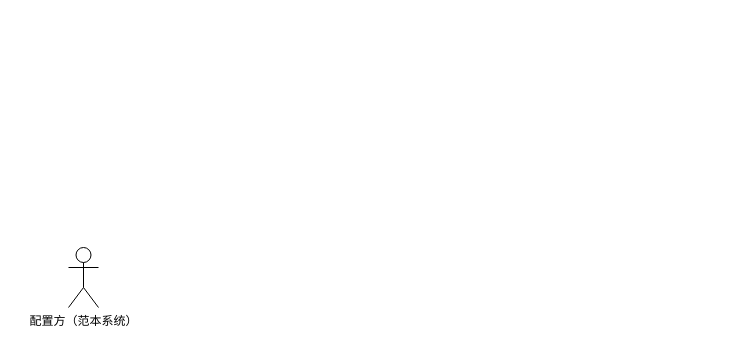
This is 同源数据集用例图.drawio from hyk95/git, a draw.io file, before an edit. Source tidied: cells renumbered, new cells numbered last; positions are measured from the earlier drawing's top-left corner, leaving out a move shared by most shapes. Both pictures are drawn from the tidied source at 100%, with x=0, y=0 at pixel (68, 247).
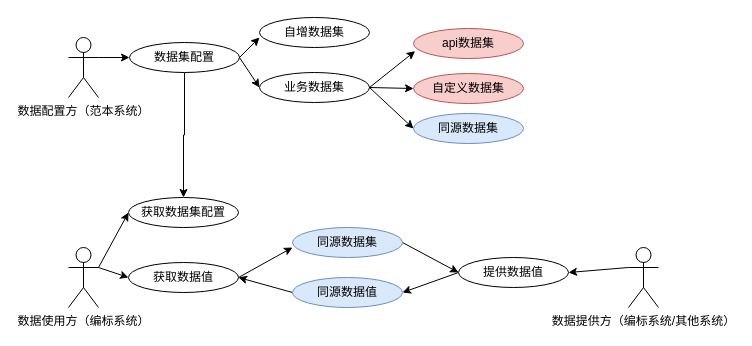
After the change.

Commit message:
更新同源数据集用例图.drawio

What changed in the source:
```diff
@@
+    <mxCell id="3" style="rounded=0;jettySize=auto;html=1;exitX=1;exitY=0.3333333333333333;exitDx=0;exitDy=0;exitPerimeter=0;entryX=0;entryY=0.5;entryDx=0;entryDy=0;" parent="1" edge="1" source="2" target="29">
+      <mxGeometry relative="1" as="geometry" />
+    </mxCell>
+    <mxCell id="4" style="rounded=0;jettySize=auto;html=1;exitX=1;exitY=0.3333333333333333;exitDx=0;exitDy=0;exitPerimeter=0;entryX=0;entryY=0.5;entryDx=0;entryDy=0;" parent="1" edge="1" source="2" target="18">
+      <mxGeometry relative="1" as="geometry" />
+    </mxCell>
-    <mxCell id="2" value="配置方（范本系统）" style="shape=umlActor;verticalLabelPosition=bottom;verticalAlign=top;html=1;" parent="1" vertex="1">
+    <mxCell id="2" value="数据使用方（编标系统）" style="shape=umlActor;verticalLabelPosition=bottom;verticalAlign=top;html=1;" parent="1" vertex="1">
       <mxGeometry width="30" height="60" as="geometry" />
     </mxCell>
+    <mxCell id="5" style="rounded=0;jettySize=auto;html=1;exitX=1;exitY=0.5;exitDx=0;exitDy=0;" parent="1" edge="1" source="7" target="11">
+      <mxGeometry relative="1" as="geometry">
+        <Array as="points">
+          <mxPoint x="191" y="-160" />
+        </Array>
+      </mxGeometry>
+    </mxCell>
+    <mxCell id="6" style="edgeStyle=orthogonalEdgeStyle;rounded=0;jettySize=auto;html=1;exitX=0.5;exitY=1;exitDx=0;exitDy=0;entryX=0.5;entryY=0;entryDx=0;entryDy=0;" parent="1" edge="1" source="7" target="29">
+      <mxGeometry relative="1" as="geometry" />
+    </mxCell>
+    <mxCell id="7" value="数据集配置" style="ellipse;whiteSpace=wrap;html=1;" parent="1" vertex="1">
+      <mxGeometry x="61" y="-205" width="110" height="30" as="geometry" />
+    </mxCell>
+    <mxCell id="8" value="自增数据集" style="ellipse;whiteSpace=wrap;html=1;" parent="1" vertex="1">
+      <mxGeometry x="191" y="-230" width="110" height="30" as="geometry" />
+    </mxCell>
+    <mxCell id="9" style="rounded=0;jettySize=auto;html=1;exitX=1;exitY=0.5;exitDx=0;exitDy=0;entryX=0;entryY=0.5;entryDx=0;entryDy=0;" parent="1" edge="1" source="11" target="13">
+      <mxGeometry relative="1" as="geometry" />
+    </mxCell>
+    <mxCell id="10" style="rounded=0;jettySize=auto;html=1;exitX=1;exitY=0.5;exitDx=0;exitDy=0;entryX=0;entryY=0.5;entryDx=0;entryDy=0;" parent="1" edge="1" source="11" target="14">
+      <mxGeometry relative="1" as="geometry" />
+    </mxCell>
+    <mxCell id="11" value="业务数据集" style="ellipse;whiteSpace=wrap;html=1;" parent="1" vertex="1">
+      <mxGeometry x="191" y="-175" width="110" height="30" as="geometry" />
+    </mxCell>
+    <mxCell id="12" value="api数据集" style="ellipse;whiteSpace=wrap;html=1;fillColor=#f8cecc;strokeColor=#b85450;" parent="1" vertex="1">
+      <mxGeometry x="345" y="-219" width="110" height="30" as="geometry" />
+    </mxCell>
+    <mxCell id="13" value="自定义数据集" style="ellipse;whiteSpace=wrap;html=1;fillColor=#f8cecc;strokeColor=#b85450;" parent="1" vertex="1">
+      <mxGeometry x="345" y="-174" width="110" height="30" as="geometry" />
+    </mxCell>
+    <mxCell id="14" value="同源数据集" style="ellipse;whiteSpace=wrap;html=1;fillColor=#dae8fc;strokeColor=#6c8ebf;" parent="1" vertex="1">
+      <mxGeometry x="345" y="-134" width="110" height="30" as="geometry" />
+    </mxCell>
+    <mxCell id="15" style="rounded=0;jettySize=auto;html=1;exitX=1;exitY=0.5;exitDx=0;exitDy=0;entryX=0.015;entryY=0.754;entryDx=0;entryDy=0;entryPerimeter=0;" parent="1" edge="1" source="11" target="12">
+      <mxGeometry relative="1" as="geometry" />
+    </mxCell>
+    <mxCell id="16" style="edgeStyle=orthogonalEdgeStyle;rounded=0;jettySize=auto;html=1;exitX=1;exitY=0.3333333333333333;exitDx=0;exitDy=0;exitPerimeter=0;" parent="1" edge="1" source="17" target="7">
+      <mxGeometry relative="1" as="geometry" />
+    </mxCell>
+    <mxCell id="17" value="数据配置方（范本系统）" style="shape=umlActor;verticalLabelPosition=bottom;verticalAlign=top;html=1;" parent="1" vertex="1">
+      <mxGeometry y="-210" width="30" height="60" as="geometry" />
+    </mxCell>
+    <mxCell id="18" value="获取数据值" style="ellipse;whiteSpace=wrap;html=1;" parent="1" vertex="1">
+      <mxGeometry x="60" y="15" width="110" height="30" as="geometry" />
+    </mxCell>
+    <mxCell id="19" style="rounded=0;jettySize=auto;html=1;exitX=1;exitY=0.5;exitDx=0;exitDy=0;entryX=0;entryY=0.5;entryDx=0;entryDy=0;" parent="1" edge="1" source="20" target="25">
+      <mxGeometry relative="1" as="geometry" />
+    </mxCell>
+    <mxCell id="20" value="同源数据集" style="ellipse;whiteSpace=wrap;html=1;fillColor=#dae8fc;strokeColor=#6c8ebf;" parent="1" vertex="1">
+      <mxGeometry x="224" y="-20" width="110" height="30" as="geometry" />
+    </mxCell>
+    <mxCell id="21" style="rounded=0;jettySize=auto;html=1;exitX=1;exitY=0.5;exitDx=0;exitDy=0;entryX=0;entryY=0.667;entryDx=0;entryDy=0;entryPerimeter=0;" parent="1" edge="1" source="18" target="20">
+      <mxGeometry relative="1" as="geometry" />
+    </mxCell>
+    <mxCell id="22" style="rounded=0;jettySize=auto;html=1;exitX=0;exitY=0.3333333333333333;exitDx=0;exitDy=0;exitPerimeter=0;entryX=1;entryY=0.5;entryDx=0;entryDy=0;" parent="1" edge="1" source="23" target="25">
+      <mxGeometry relative="1" as="geometry" />
+    </mxCell>
+    <mxCell id="23" value="数据提供方（编标系统/其他系统）" style="shape=umlActor;verticalLabelPosition=bottom;verticalAlign=top;html=1;" parent="1" vertex="1">
+      <mxGeometry x="560" width="30" height="60" as="geometry" />
+    </mxCell>
+    <mxCell id="24" style="rounded=0;jettySize=auto;html=1;exitX=0;exitY=0.5;exitDx=0;exitDy=0;entryX=1;entryY=0.5;entryDx=0;entryDy=0;" parent="1" edge="1" source="25" target="28">
+      <mxGeometry relative="1" as="geometry" />
+    </mxCell>
+    <mxCell id="25" value="提供数据值" style="ellipse;whiteSpace=wrap;html=1;" parent="1" vertex="1">
+      <mxGeometry x="390" y="10" width="110" height="30" as="geometry" />
+    </mxCell>
+    <mxCell id="26" style="rounded=0;jettySize=auto;html=1;exitX=1;exitY=0.5;exitDx=0;exitDy=0;entryX=0;entryY=0.667;entryDx=0;entryDy=0;entryPerimeter=0;" parent="1" edge="1" source="7" target="8">
+      <mxGeometry relative="1" as="geometry" />
+    </mxCell>
+    <mxCell id="27" style="rounded=0;jettySize=auto;html=1;exitX=0;exitY=0.5;exitDx=0;exitDy=0;" parent="1" edge="1" source="28">
+      <mxGeometry relative="1" as="geometry">
+        <mxPoint x="170" y="30" as="targetPoint" />
+      </mxGeometry>
+    </mxCell>
+    <mxCell id="28" value="同源数据值" style="ellipse;whiteSpace=wrap;html=1;fillColor=#dae8fc;strokeColor=#6c8ebf;" parent="1" vertex="1">
+      <mxGeometry x="224" y="30" width="110" height="30" as="geometry" />
+    </mxCell>
+    <mxCell id="29" value="获取数据集配置" style="ellipse;whiteSpace=wrap;html=1;" parent="1" vertex="1">
+      <mxGeometry x="60" y="-50" width="110" height="30" as="geometry" />
+    </mxCell>
```
